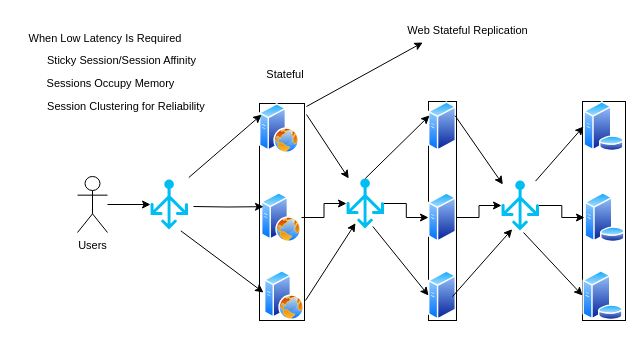
dev-resources-millenium/ReferencesForEnterpriseApps keeps this draw.io diagram as Web_Stateful_Replication.drawio. Above is the earlier version. Source tidied: cells renumbered, new cells numbered last; positions are measured from the earlier drawing's top-left corner, leaving out a move shared by most shapes. Both pictures are drawn from the tidied source at 100%, with x=0, y=0 at pixel (17, 17).
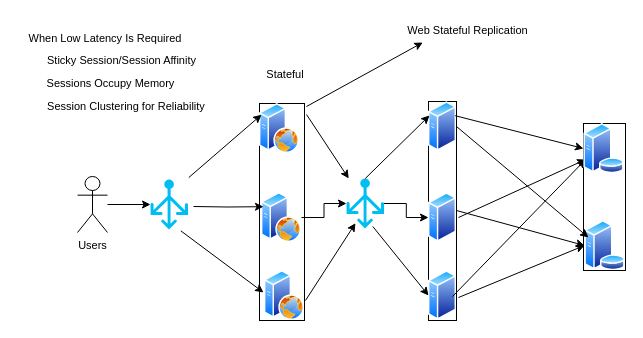
After the change.

The change refers to these unchanged cells:
```xml
<mxCell id="7" style="image;perimeter=ellipsePerimeter;html=1;align=center;shadow=0;dashed=0;spacingTop=3;image=img/lib/active_directory/generic_server.svg;" parent="6" vertex="1">
  <mxGeometry y="91" width="28" height="50" as="geometry" />
</mxCell>
<mxCell id="9" style="image;perimeter=ellipsePerimeter;html=1;align=center;shadow=0;dashed=0;spacingTop=3;image=img/lib/active_directory/generic_server.svg;" parent="6" vertex="1">
  <mxGeometry width="28" height="50" as="geometry" />
</mxCell>
```

Change to the diagram source:
```diff
@@
-    <mxCell id="10" style="group;strokeColor=default;" parent="1" vertex="1">
-      <mxGeometry x="565" y="84" width="43" height="219" as="geometry" />
-    </mxCell>
-    <mxCell id="11" style="image;perimeter=ellipsePerimeter;html=1;align=center;shadow=0;dashed=0;spacingTop=3;image=img/lib/active_directory/database_server.svg;" parent="10" vertex="1">
-      <mxGeometry x="2" y="91" width="41" height="50" as="geometry" />
-    </mxCell>
-    <mxCell id="12" style="image;perimeter=ellipsePerimeter;html=1;align=center;shadow=0;dashed=0;spacingTop=3;image=img/lib/active_directory/database_server.svg;" parent="10" vertex="1">
-      <mxGeometry x="1" width="41" height="50" as="geometry" />
-    </mxCell>
-    <mxCell id="13" style="image;perimeter=ellipsePerimeter;html=1;align=center;shadow=0;dashed=0;spacingTop=3;image=img/lib/active_directory/database_server.svg;" parent="10" vertex="1">
-      <mxGeometry y="169" width="41" height="50" as="geometry" />
-    </mxCell>
@@
-    <mxCell id="29" style="edgeStyle=orthogonalEdgeStyle;shape=connector;rounded=0;jettySize=auto;html=1;labelBackgroundColor=default;strokeColor=default;align=center;verticalAlign=middle;fontFamily=Helvetica;fontSize=11;fontColor=default;endArrow=classic;" parent="1" edge="1" source="30" target="11">
-      <mxGeometry relative="1" as="geometry" />
-    </mxCell>
-    <mxCell id="30" style="verticalLabelPosition=bottom;html=1;verticalAlign=top;align=center;strokeColor=none;fillColor=#00BEF2;shape=mxgraph.azure.load_balancer_generic;fontFamily=Helvetica;fontSize=11;fontColor=default;" parent="1" vertex="1">
-      <mxGeometry x="484" y="163" width="37.5" height="50" as="geometry" />
-    </mxCell>
-    <mxCell id="31" style="endArrow=classic;html=1;rounded=0;labelBackgroundColor=default;strokeColor=default;align=center;verticalAlign=middle;fontFamily=Helvetica;fontSize=11;fontColor=default;shape=connector;exitX=1;exitY=0.25;exitDx=0;exitDy=0;entryX=0.036;entryY=0.08;entryDx=0;entryDy=0;entryPerimeter=0;" parent="1" edge="1" source="9" target="30">
+    <mxCell id="31" style="endArrow=classic;html=1;rounded=0;labelBackgroundColor=default;strokeColor=default;align=center;verticalAlign=middle;fontFamily=Helvetica;fontSize=11;fontColor=default;shape=connector;exitX=1;exitY=0.25;exitDx=0;exitDy=0;entryX=0;entryY=0.5;entryDx=0;entryDy=0;" parent="1" edge="1" source="9" target="12">
       <mxGeometry relative="1" as="geometry" />
     </mxCell>
-    <mxCell id="32" style="endArrow=classic;html=1;rounded=0;labelBackgroundColor=default;strokeColor=default;align=center;verticalAlign=middle;fontFamily=Helvetica;fontSize=11;fontColor=default;shape=connector;entryX=0.284;entryY=0.973;entryDx=0;entryDy=0;entryPerimeter=0;" parent="1" edge="1" target="30">
+    <mxCell id="32" style="endArrow=classic;html=1;rounded=0;labelBackgroundColor=default;strokeColor=default;align=center;verticalAlign=middle;fontFamily=Helvetica;fontSize=11;fontColor=default;shape=connector;entryX=0;entryY=0.75;entryDx=0;entryDy=0;" parent="1" edge="1" target="12">
       <mxGeometry relative="1" as="geometry">
         <mxPoint x="435" y="279" as="sourcePoint" />
       </mxGeometry>
     </mxCell>
-    <mxCell id="33" style="edgeStyle=orthogonalEdgeStyle;shape=connector;rounded=0;jettySize=auto;html=1;labelBackgroundColor=default;strokeColor=default;align=center;verticalAlign=middle;fontFamily=Helvetica;fontSize=11;fontColor=default;endArrow=classic;" parent="1" edge="1" source="7" target="30">
-      <mxGeometry relative="1" as="geometry" />
-    </mxCell>
-    <mxCell id="34" style="endArrow=classic;html=1;rounded=0;labelBackgroundColor=default;strokeColor=default;align=center;verticalAlign=middle;fontFamily=Helvetica;fontSize=11;fontColor=default;shape=connector;entryX=0;entryY=0.5;entryDx=0;entryDy=0;exitX=0.907;exitY=0.013;exitDx=0;exitDy=0;exitPerimeter=0;" parent="1" edge="1" source="30" target="12">
-      <mxGeometry relative="1" as="geometry" />
-    </mxCell>
-    <mxCell id="35" style="endArrow=classic;html=1;rounded=0;labelBackgroundColor=default;strokeColor=default;align=center;verticalAlign=middle;fontFamily=Helvetica;fontSize=11;fontColor=default;shape=connector;entryX=0;entryY=0.5;entryDx=0;entryDy=0;" parent="1" edge="1" target="13">
-      <mxGeometry relative="1" as="geometry">
-        <mxPoint x="506" y="215" as="sourcePoint" />
-      </mxGeometry>
-    </mxCell>
@@
+    <mxCell id="41" style="endArrow=classic;html=1;rounded=0;labelBackgroundColor=default;strokeColor=default;align=center;verticalAlign=middle;fontFamily=Helvetica;fontSize=11;fontColor=default;shape=connector;entryX=0;entryY=0.75;entryDx=0;entryDy=0;" parent="1" edge="1" target="12">
+      <mxGeometry relative="1" as="geometry">
+        <mxPoint x="441" y="200" as="sourcePoint" />
+      </mxGeometry>
+    </mxCell>
+    <mxCell id="42" style="group;strokeColor=default;" parent="1" vertex="1">
+      <mxGeometry x="566" y="106" width="42" height="147" as="geometry" />
+    </mxCell>
+    <mxCell id="11" style="image;perimeter=ellipsePerimeter;html=1;align=center;shadow=0;dashed=0;spacingTop=3;image=img/lib/active_directory/database_server.svg;" parent="42" vertex="1">
+      <mxGeometry x="1" y="97" width="41" height="50" as="geometry" />
+    </mxCell>
+    <mxCell id="12" style="image;perimeter=ellipsePerimeter;html=1;align=center;shadow=0;dashed=0;spacingTop=3;image=img/lib/active_directory/database_server.svg;" parent="42" vertex="1">
+      <mxGeometry width="41" height="50" as="geometry" />
+    </mxCell>
+    <mxCell id="43" style="endArrow=classic;html=1;rounded=0;labelBackgroundColor=default;strokeColor=default;align=center;verticalAlign=middle;fontFamily=Helvetica;fontSize=11;fontColor=default;shape=connector;exitX=1;exitY=0.5;exitDx=0;exitDy=0;" parent="1" edge="1" source="9">
+      <mxGeometry relative="1" as="geometry">
+        <mxPoint x="571" y="220" as="targetPoint" />
+      </mxGeometry>
+    </mxCell>
+    <mxCell id="44" style="endArrow=classic;html=1;rounded=0;labelBackgroundColor=default;strokeColor=default;align=center;verticalAlign=middle;fontFamily=Helvetica;fontSize=11;fontColor=default;shape=connector;exitX=1;exitY=0.5;exitDx=0;exitDy=0;entryX=0;entryY=0.5;entryDx=0;entryDy=0;" parent="1" edge="1" target="11">
+      <mxGeometry relative="1" as="geometry">
+        <mxPoint x="439" y="193" as="sourcePoint" />
+      </mxGeometry>
+    </mxCell>
+    <mxCell id="45" style="endArrow=classic;html=1;rounded=0;labelBackgroundColor=default;strokeColor=default;align=center;verticalAlign=middle;fontFamily=Helvetica;fontSize=11;fontColor=default;shape=connector;entryX=0;entryY=0.5;entryDx=0;entryDy=0;" parent="1" edge="1" target="11">
+      <mxGeometry relative="1" as="geometry">
+        <mxPoint x="441" y="280" as="sourcePoint" />
+      </mxGeometry>
+    </mxCell>
```
